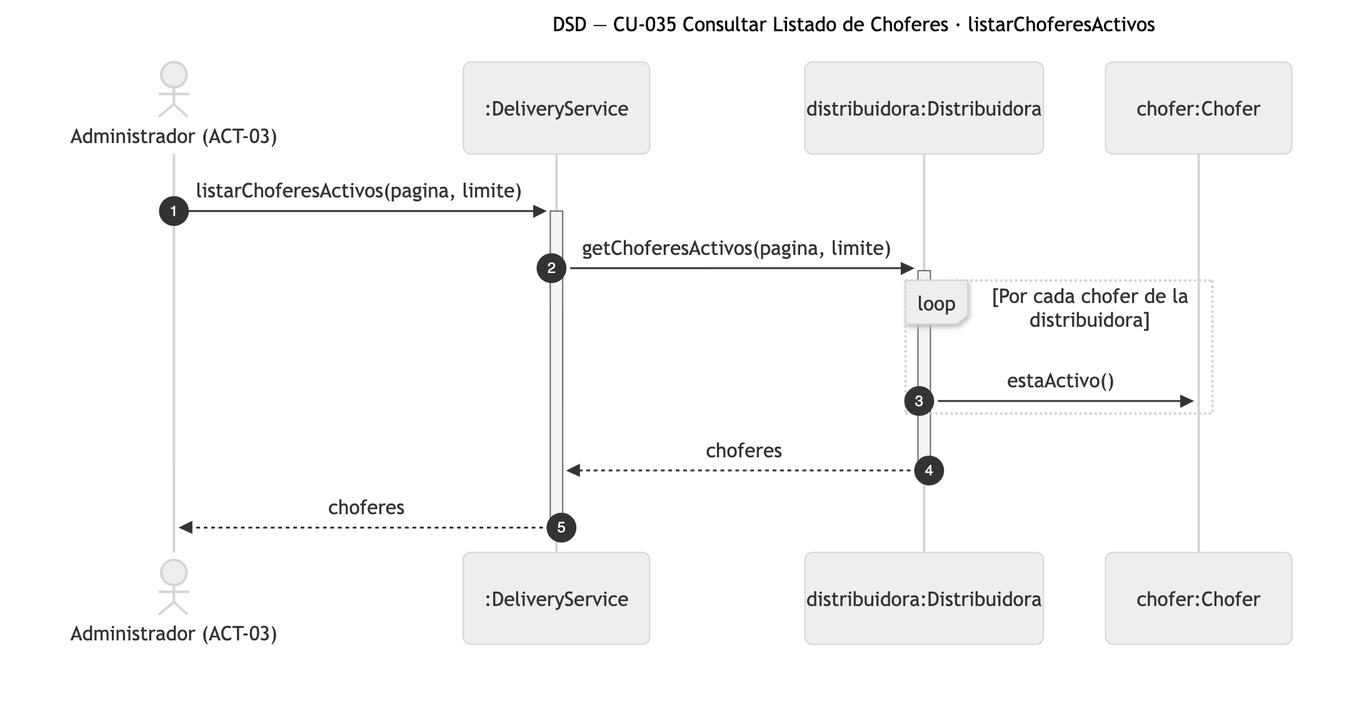
The Mermaid diagram diagramas/png/DSD_CU-035_listarChoferesActivos.png in Nahuelito-Dev/splg-docs, before a commit. Its source is kept beside it as diagramas/DSD_CU-035_listarChoferesActivos.mmd.
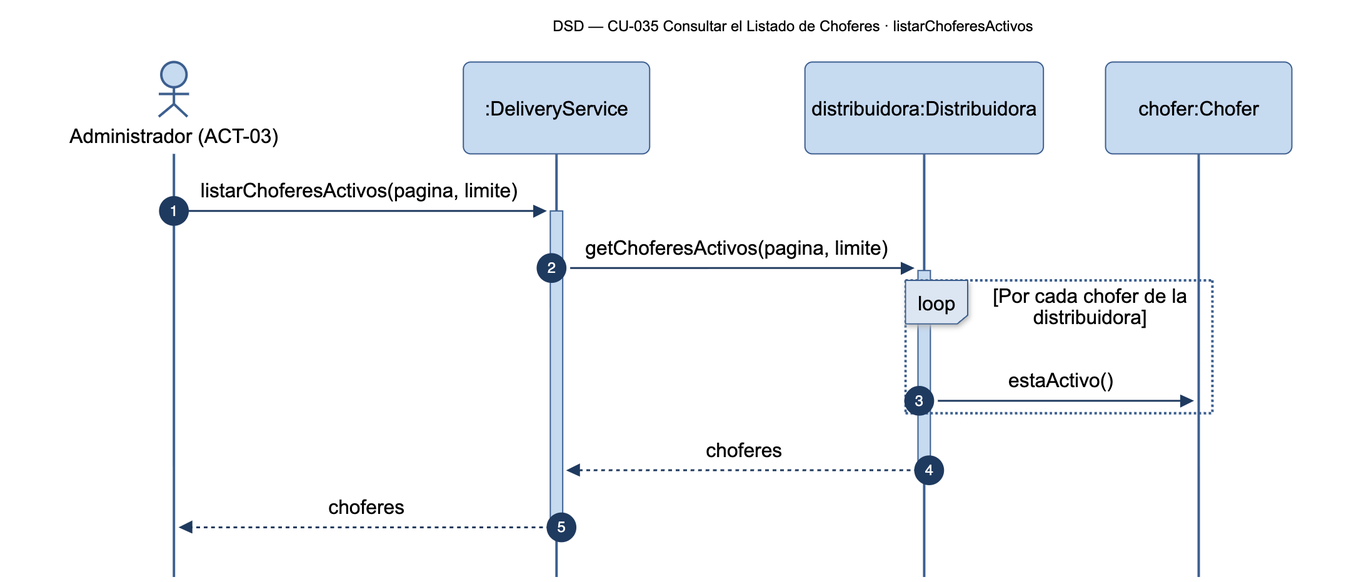
After the change.

Diff of the diagram source:
```diff
@@ -1,5 +1,5 @@
 sequenceDiagram
-    title DSD — CU-035 Consultar Listado de Choferes · listarChoferesActivos
+    title DSD — CU-035 Consultar el Listado de Choferes · listarChoferesActivos
     autonumber
     actor ADM as Administrador (ACT-03)
     participant SRV as :DeliveryService
```
